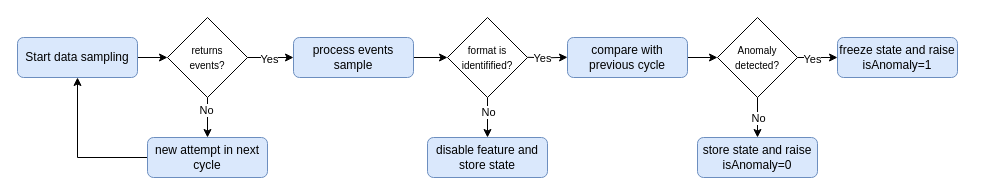
Earlier version of the draw.io diagram docs/draw.io/data sampling.drawio (guilhemmarchand/trackme). Source tidied: cells renumbered, new cells numbered last; positions are measured from the earlier drawing's top-left corner, leaving out a move shared by most shapes. Both pictures are drawn from the tidied source at 100%, with x=0, y=0 at pixel (17, 17).
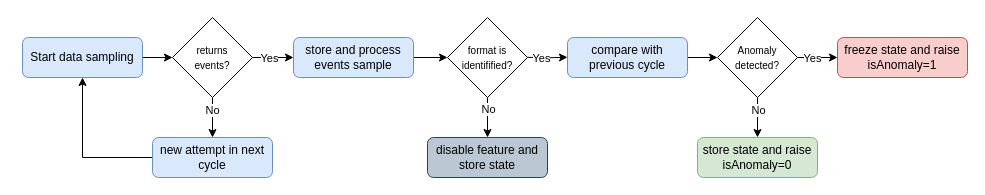
Above is the later version.

Commit message (it also covers changes not shown here):
Minor data sample diagram update

The change refers to these unchanged cells:
```xml
<mxCell id="6" style="edgeStyle=orthogonalEdgeStyle;rounded=0;jettySize=auto;html=1;exitX=0.5;exitY=1;exitDx=0;exitDy=0;entryX=0.5;entryY=0;entryDx=0;entryDy=0;" parent="1" edge="1" source="8" target="12">
  <mxGeometry relative="1" as="geometry" />
</mxCell>
<mxCell id="13" style="edgeStyle=orthogonalEdgeStyle;rounded=0;orthogonalLoop=1;jettySize=auto;html=1;exitX=1;exitY=0.5;exitDx=0;exitDy=0;entryX=0;entryY=0.5;entryDx=0;entryDy=0;" parent="1" edge="1">
  <mxGeometry relative="1" as="geometry">
    <mxPoint x="510" y="39.8" as="sourcePoint" />
    <mxPoint x="550" y="39.8" as="targetPoint" />
  </mxGeometry>
</mxCell>
<mxCell id="15" style="edgeStyle=orthogonalEdgeStyle;rounded=0;jettySize=auto;html=1;exitX=0.5;exitY=1;exitDx=0;exitDy=0;entryX=0.5;entryY=0;entryDx=0;entryDy=0;" parent="1" edge="1" source="17" target="20">
  <mxGeometry relative="1" as="geometry" />
</mxCell>
<mxCell id="21" style="edgeStyle=orthogonalEdgeStyle;rounded=0;jettySize=auto;html=1;exitX=1;exitY=0.5;exitDx=0;exitDy=0;entryX=0;entryY=0.5;entryDx=0;entryDy=0;" parent="1" edge="1" source="25" target="26">
  <mxGeometry relative="1" as="geometry" />
</mxCell>
<mxCell id="23" style="edgeStyle=orthogonalEdgeStyle;rounded=0;jettySize=auto;html=1;exitX=0.5;exitY=1;exitDx=0;exitDy=0;entryX=0.5;entryY=0;entryDx=0;entryDy=0;" parent="1" edge="1" source="25" target="27">
  <mxGeometry relative="1" as="geometry" />
</mxCell>
```

The edit, as a diff of the source:
```diff
@@
     <mxCell id="3" value="Start data sampling" style="rounded=1;whiteSpace=wrap;html=1;fontSize=12;glass=0;strokeWidth=1;shadow=0;fillColor=#dae8fc;strokeColor=#6c8ebf;" parent="1" vertex="1">
-      <mxGeometry y="20" width="120" height="40" as="geometry" />
+      <mxGeometry x="5" y="20" width="120" height="40" as="geometry" />
     </mxCell>
-    <mxCell id="4" style="edgeStyle=orthogonalEdgeStyle;rounded=0;jettySize=auto;html=1;exitX=1;exitY=0.5;exitDx=0;exitDy=0;" parent="1" edge="1" source="8" target="10">
+    <mxCell id="4" style="edgeStyle=orthogonalEdgeStyle;rounded=0;jettySize=auto;html=1;exitX=1;exitY=0.5;exitDx=0;exitDy=0;entryX=0;entryY=0.5;entryDx=0;entryDy=0;" parent="1" edge="1" source="8" target="10">
       <mxGeometry relative="1" as="geometry" />
     </mxCell>
     <mxCell id="5" value="Yes" style="edgeLabel;html=1;align=center;verticalAlign=middle;" parent="4" vertex="1">
-      <mxGeometry x="-0.09" y="-1" relative="1" as="geometry" />
+      <mxGeometry x="-0.09" y="-1" relative="1" as="geometry">
+        <mxPoint x="-3" y="-1" as="offset" />
+      </mxGeometry>
     </mxCell>
@@
     <mxCell id="7" value="No" style="edgeLabel;html=1;align=center;verticalAlign=middle;" parent="6" vertex="1">
-      <mxGeometry x="-0.4" y="-2" relative="1" as="geometry" />
+      <mxGeometry x="-0.4" y="-2" relative="1" as="geometry">
+        <mxPoint x="1" as="offset" />
+      </mxGeometry>
     </mxCell>
     <mxCell id="8" value="&lt;font style=&quot;font-size: 10px&quot;&gt;returns&lt;br&gt;events?&lt;/font&gt;" style="rhombus;whiteSpace=wrap;html=1;" parent="1" vertex="1">
-      <mxGeometry x="150" width="80" height="80" as="geometry" />
+      <mxGeometry x="155" width="80" height="80" as="geometry" />
     </mxCell>
@@
-    <mxCell id="10" value="process events&lt;br&gt;sample" style="rounded=1;whiteSpace=wrap;html=1;fontSize=12;glass=0;strokeWidth=1;shadow=0;fillColor=#dae8fc;strokeColor=#6c8ebf;" parent="1" vertex="1">
+    <mxCell id="10" value="store and process events sample" style="rounded=1;whiteSpace=wrap;html=1;fontSize=12;glass=0;strokeWidth=1;shadow=0;fillColor=#dae8fc;strokeColor=#6c8ebf;" parent="1" vertex="1">
       <mxGeometry x="276" y="20" width="120" height="40" as="geometry" />
     </mxCell>
@@
     <mxCell id="12" value="new attempt in next cycle" style="rounded=1;whiteSpace=wrap;html=1;fontSize=12;glass=0;strokeWidth=1;shadow=0;fillColor=#dae8fc;strokeColor=#6c8ebf;" parent="1" vertex="1">
-      <mxGeometry x="130" y="120" width="120" height="40" as="geometry" />
+      <mxGeometry x="135" y="120" width="120" height="40" as="geometry" />
     </mxCell>
@@
     <mxCell id="14" value="Yes" style="edgeLabel;html=1;align=center;verticalAlign=middle;" parent="13" vertex="1">
       <mxGeometry x="0.05" y="1" relative="1" as="geometry">
-        <mxPoint x="-5" y="1.2" as="offset" />
+        <mxPoint x="-6" y="1.2" as="offset" />
       </mxGeometry>
     </mxCell>
@@
     <mxCell id="16" value="No" style="edgeLabel;html=1;align=center;verticalAlign=middle;" parent="15" vertex="1">
-      <mxGeometry x="-0.3" relative="1" as="geometry" />
+      <mxGeometry x="-0.3" relative="1" as="geometry">
+        <mxPoint y="-3" as="offset" />
+      </mxGeometry>
     </mxCell>
@@
-    <mxCell id="20" value="disable feature and store state" style="rounded=1;whiteSpace=wrap;html=1;fontSize=12;glass=0;strokeWidth=1;shadow=0;fillColor=#dae8fc;strokeColor=#6c8ebf;" parent="1" vertex="1">
+    <mxCell id="20" value="disable feature and store state" style="rounded=1;whiteSpace=wrap;html=1;fontSize=12;glass=0;strokeWidth=1;shadow=0;fillColor=#bac8d3;strokeColor=#23445d;" parent="1" vertex="1">
       <mxGeometry x="410" y="120" width="120" height="40" as="geometry" />
     </mxCell>
@@
     <mxCell id="22" value="Yes" style="edgeLabel;html=1;align=center;verticalAlign=middle;" parent="21" vertex="1">
-      <mxGeometry x="-0.28" y="-1" relative="1" as="geometry" />
+      <mxGeometry x="-0.28" y="-1" relative="1" as="geometry">
+        <mxPoint y="-1" as="offset" />
+      </mxGeometry>
     </mxCell>
@@
     <mxCell id="24" value="No" style="edgeLabel;html=1;align=center;verticalAlign=middle;" parent="23" vertex="1">
-      <mxGeometry relative="1" as="geometry" />
+      <mxGeometry relative="1" as="geometry">
+        <mxPoint y="-8" as="offset" />
+      </mxGeometry>
     </mxCell>
@@
-    <mxCell id="26" value="freeze state and raise isAnomaly=1" style="rounded=1;whiteSpace=wrap;html=1;fontSize=12;glass=0;strokeWidth=1;shadow=0;fillColor=#dae8fc;strokeColor=#6c8ebf;" parent="1" vertex="1">
-      <mxGeometry x="820" y="20" width="120" height="40" as="geometry" />
+    <mxCell id="26" value="freeze state and raise isAnomaly=1" style="rounded=1;whiteSpace=wrap;html=1;fontSize=12;glass=0;strokeWidth=1;shadow=0;fillColor=#f8cecc;strokeColor=#b85450;" parent="1" vertex="1">
+      <mxGeometry x="820" y="20" width="130" height="40" as="geometry" />
     </mxCell>
-    <mxCell id="27" value="store state and raise isAnomaly=0" style="rounded=1;whiteSpace=wrap;html=1;fontSize=12;glass=0;strokeWidth=1;shadow=0;fillColor=#dae8fc;strokeColor=#6c8ebf;" parent="1" vertex="1">
+    <mxCell id="27" value="store state and raise isAnomaly=0" style="rounded=1;whiteSpace=wrap;html=1;fontSize=12;glass=0;strokeWidth=1;shadow=0;fillColor=#d5e8d4;strokeColor=#82b366;" parent="1" vertex="1">
       <mxGeometry x="680" y="120" width="120" height="40" as="geometry" />
     </mxCell>
```
